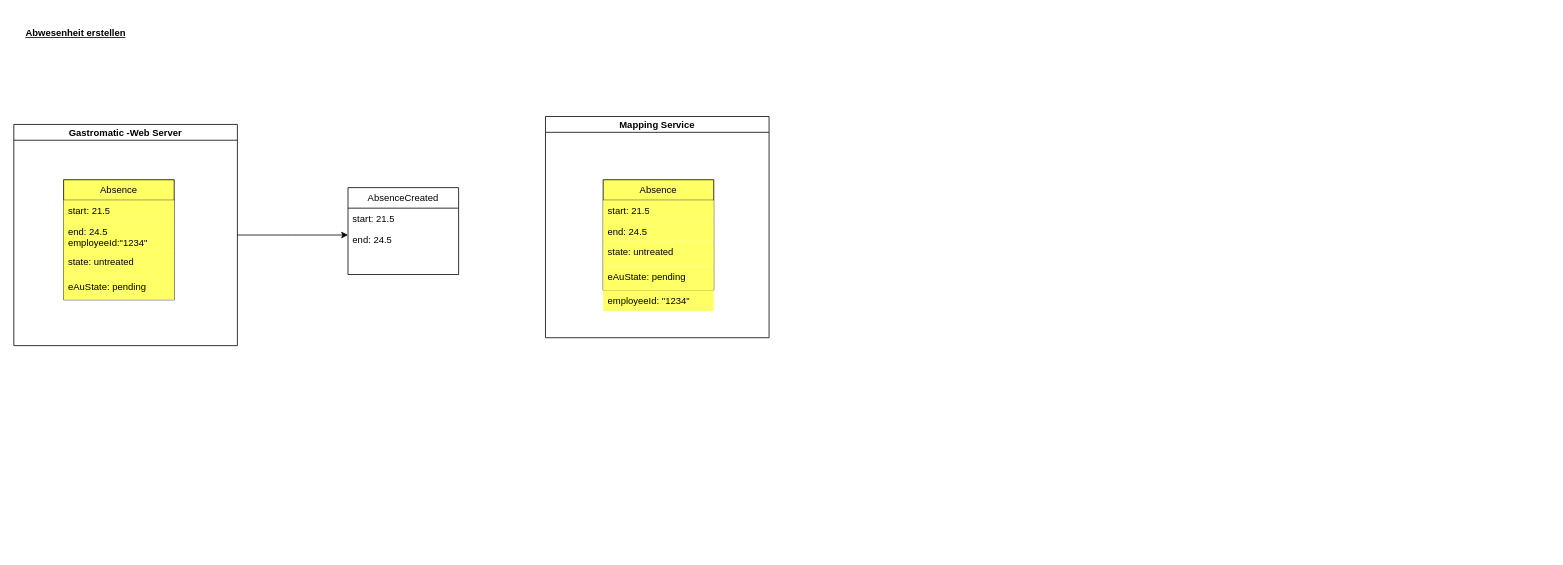
Earlier version of the draw.io diagram Unbenanntes Diagramm.drawio (pommelinho/diagrams). Source tidied: cells renumbered, new cells numbered last; positions are measured from the earlier drawing's top-left corner, leaving out a move shared by most shapes. Both pictures are drawn from the tidied source at 79%, with x=0, y=0 at pixel (13, 21).
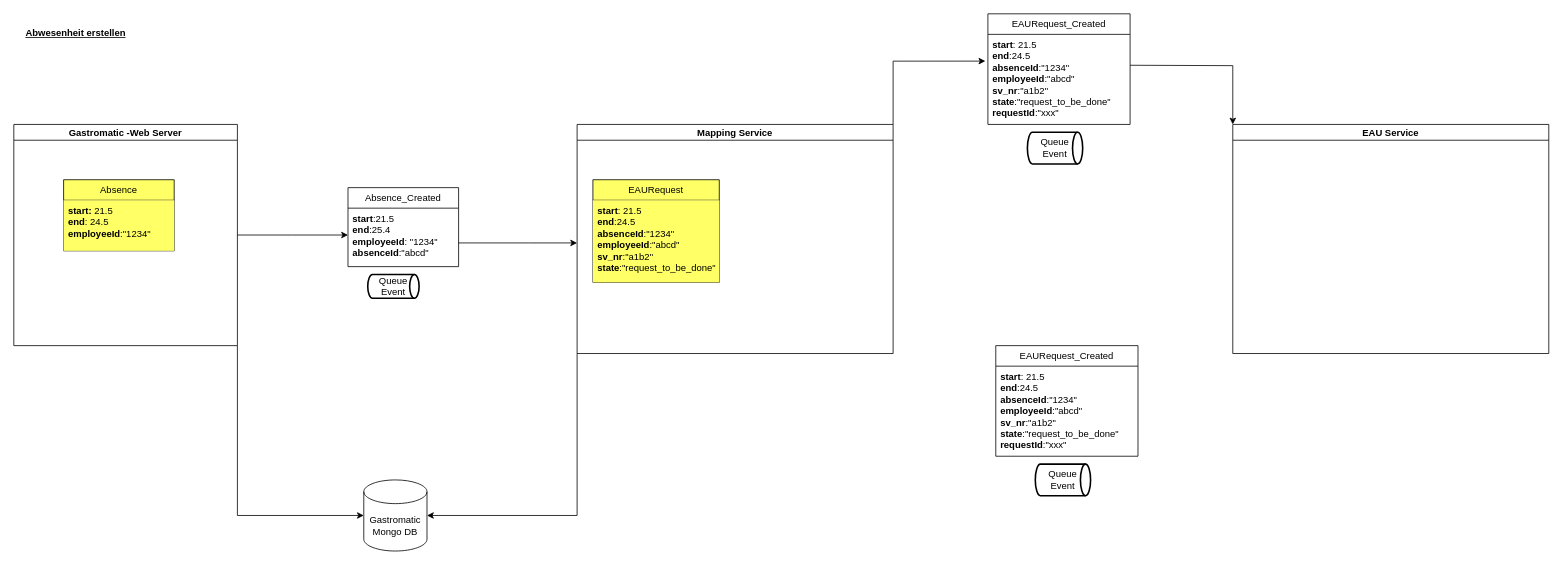
The same diagram, later.

The change refers to these unchanged cells:
```xml
<mxCell id="4" value="Gastromatic -Web Server" style="swimlane;startSize=20;horizontal=1;containerType=tree;" parent="1" vertex="1">
  <mxGeometry y="130" width="283" height="280" as="geometry" />
</mxCell>
```

What changed in the source:
```diff
@@
+    <mxCell id="21" style="edgeStyle=orthogonalEdgeStyle;rounded=0;jettySize=auto;html=1;entryX=0;entryY=0.5;entryDx=0;entryDy=0;entryPerimeter=0;" parent="1" edge="1" source="4" target="32">
+      <mxGeometry relative="1" as="geometry">
+        <Array as="points">
+          <mxPoint x="283" y="625" />
+        </Array>
+      </mxGeometry>
+    </mxCell>
@@
     <mxCell id="5" value="Absence" style="swimlane;fontStyle=0;horizontal=1;startSize=26;fillColor=#FFFF66;whiteSpace=wrap;html=1;" parent="4" vertex="1">
-      <mxGeometry x="63" y="70" width="140" height="152" as="geometry" />
+      <mxGeometry x="63" y="70" width="140" height="90" as="geometry" />
     </mxCell>
-    <mxCell id="6" value="start: 21.5" style="text;strokeColor=none;fillColor=#FFFF66;align=left;verticalAlign=top;spacingLeft=4;spacingRight=4;overflow=hidden;whiteSpace=wrap;html=1;" parent="5" vertex="1">
-      <mxGeometry y="26" width="140" height="26" as="geometry" />
+    <mxCell id="6" value="&lt;b&gt;start:&lt;/b&gt; 21.5&lt;br&gt;&lt;b&gt;end&lt;/b&gt;: 24.5&lt;br&gt;&lt;b&gt;employeeId&lt;/b&gt;:&quot;1234&quot;" style="text;strokeColor=none;fillColor=#FFFF66;align=left;verticalAlign=top;spacingLeft=4;spacingRight=4;overflow=hidden;whiteSpace=wrap;html=1;" parent="5" vertex="1">
+      <mxGeometry y="26" width="140" height="64" as="geometry" />
     </mxCell>
-    <mxCell id="7" value="end: 24.5&amp;nbsp;&lt;br&gt;employeeId:&quot;1234&quot;" style="text;strokeColor=none;fillColor=#FFFF66;align=left;verticalAlign=top;spacingLeft=4;spacingRight=4;overflow=hidden;whiteSpace=wrap;html=1;" parent="5" vertex="1">
-      <mxGeometry y="52" width="140" height="38" as="geometry" />
-    </mxCell>
-    <mxCell id="8" value="state: untreated" style="text;strokeColor=none;fillColor=#FFFF66;align=left;verticalAlign=top;spacingLeft=4;spacingRight=4;overflow=hidden;whiteSpace=wrap;html=1;" parent="5" vertex="1">
-      <mxGeometry y="90" width="140" height="32" as="geometry" />
-    </mxCell>
-    <mxCell id="9" value="eAuState: pending" style="text;strokeColor=none;fillColor=#FFFF66;align=left;verticalAlign=top;spacingLeft=4;spacingRight=4;overflow=hidden;whiteSpace=wrap;html=1;" parent="5" vertex="1">
-      <mxGeometry y="122" width="140" height="30" as="geometry" />
-    </mxCell>
-    <mxCell id="10" value="AbsenceCreated" style="swimlane;fontStyle=0;horizontal=1;startSize=26;fillColor=none;whiteSpace=wrap;html=1;" parent="1" vertex="1">
-      <mxGeometry x="423" y="210" width="140" height="110" as="geometry" />
+    <mxCell id="10" value="Absence_Created" style="swimlane;fontStyle=0;horizontal=1;startSize=26;fillColor=none;whiteSpace=wrap;html=1;" parent="1" vertex="1">
+      <mxGeometry x="423" y="210" width="140" height="100" as="geometry" />
     </mxCell>
-    <mxCell id="11" value="start: 21.5" style="text;strokeColor=none;fillColor=none;align=left;verticalAlign=top;spacingLeft=4;spacingRight=4;overflow=hidden;whiteSpace=wrap;html=1;" parent="10" vertex="1">
-      <mxGeometry y="26" width="140" height="26" as="geometry" />
-    </mxCell>
-    <mxCell id="12" value="end: 24.5" style="text;strokeColor=none;fillColor=none;align=left;verticalAlign=top;spacingLeft=4;spacingRight=4;overflow=hidden;whiteSpace=wrap;html=1;" parent="10" vertex="1">
-      <mxGeometry y="52" width="140" height="26" as="geometry" />
-    </mxCell>
-    <mxCell id="13" style="text;strokeColor=none;fillColor=none;align=left;verticalAlign=top;spacingLeft=4;spacingRight=4;overflow=hidden;whiteSpace=wrap;html=1;" parent="10" vertex="1">
-      <mxGeometry y="78" width="140" height="32" as="geometry" />
+    <mxCell id="13" value="&lt;b&gt;start&lt;/b&gt;:21.5&lt;br&gt;&lt;b&gt;end&lt;/b&gt;:25.4&lt;br&gt;&lt;b&gt;employeeId&lt;/b&gt;: &quot;1234&quot;&lt;br&gt;&lt;b&gt;absenceId&lt;/b&gt;:&quot;abcd&quot;" style="text;strokeColor=none;fillColor=none;align=left;verticalAlign=top;spacingLeft=4;spacingRight=4;overflow=hidden;whiteSpace=wrap;html=1;" parent="10" vertex="1">
+      <mxGeometry y="26" width="140" height="74" as="geometry" />
     </mxCell>
-    <mxCell id="14" value="Absence" style="swimlane;fontStyle=0;horizontal=1;startSize=26;fillColor=#FFFF66;whiteSpace=wrap;html=1;" parent="1" vertex="1">
-      <mxGeometry x="746" y="200" width="140" height="140" as="geometry" />
-    </mxCell>
-    <mxCell id="15" value="start: 21.5" style="text;strokeColor=none;fillColor=#FFFF66;align=left;verticalAlign=top;spacingLeft=4;spacingRight=4;overflow=hidden;whiteSpace=wrap;html=1;" parent="14" vertex="1">
-      <mxGeometry y="26" width="140" height="26" as="geometry" />
-    </mxCell>
-    <mxCell id="16" value="end: 24.5" style="text;strokeColor=none;fillColor=#FFFF66;align=left;verticalAlign=top;spacingLeft=4;spacingRight=4;overflow=hidden;whiteSpace=wrap;html=1;" parent="14" vertex="1">
-      <mxGeometry y="52" width="140" height="26" as="geometry" />
-    </mxCell>
-    <mxCell id="17" value="state: untreated" style="text;strokeColor=none;fillColor=#FFFF66;align=left;verticalAlign=top;spacingLeft=4;spacingRight=4;overflow=hidden;whiteSpace=wrap;html=1;" parent="14" vertex="1">
-      <mxGeometry y="78" width="140" height="32" as="geometry" />
-    </mxCell>
-    <mxCell id="18" value="eAuState: pending" style="text;strokeColor=none;fillColor=#FFFF66;align=left;verticalAlign=top;spacingLeft=4;spacingRight=4;overflow=hidden;whiteSpace=wrap;html=1;" parent="14" vertex="1">
-      <mxGeometry y="110" width="140" height="30" as="geometry" />
-    </mxCell>
+    <mxCell id="22" style="edgeStyle=orthogonalEdgeStyle;rounded=0;jettySize=auto;html=1;entryX=1;entryY=0.5;entryDx=0;entryDy=0;entryPerimeter=0;" parent="1" edge="1" source="19" target="32">
+      <mxGeometry relative="1" as="geometry">
+        <Array as="points">
+          <mxPoint x="713" y="625" />
+        </Array>
+      </mxGeometry>
+    </mxCell>
     <mxCell id="19" value="Mapping Service" style="swimlane;startSize=20;horizontal=1;containerType=tree;" parent="1" vertex="1">
-      <mxGeometry x="673" y="120" width="283" height="280" as="geometry" />
+      <mxGeometry x="713" y="130" width="400" height="290" as="geometry" />
     </mxCell>
-    <mxCell id="20" value="employeeId: &quot;1234&quot;" style="text;strokeColor=none;fillColor=#FFFF66;align=left;verticalAlign=top;spacingLeft=4;spacingRight=4;overflow=hidden;whiteSpace=wrap;html=1;" parent="19" vertex="1">
-      <mxGeometry x="73" y="220" width="140" height="26" as="geometry" />
-    </mxCell>
+    <mxCell id="23" value="EAURequest" style="swimlane;fontStyle=0;horizontal=1;startSize=26;fillColor=#FFFF66;whiteSpace=wrap;html=1;" parent="19" vertex="1">
+      <mxGeometry x="20" y="70" width="160" height="130" as="geometry" />
+    </mxCell>
+    <mxCell id="24" value="&lt;b&gt;start&lt;/b&gt;: 21.5&lt;br&gt;&lt;b&gt;end&lt;/b&gt;:24.5&lt;br&gt;&lt;b&gt;absenceId&lt;/b&gt;:&quot;1234&quot;&lt;br&gt;&lt;b&gt;employeeId&lt;/b&gt;:&quot;abcd&quot;&lt;br&gt;&lt;b&gt;sv_nr&lt;/b&gt;:&quot;a1b2&quot;&lt;br&gt;&lt;b&gt;state&lt;/b&gt;:&quot;request_to_be_done&quot;" style="text;strokeColor=none;fillColor=#FFFF66;align=left;verticalAlign=top;spacingLeft=4;spacingRight=4;overflow=hidden;whiteSpace=wrap;html=1;" parent="23" vertex="1">
+      <mxGeometry y="26" width="160" height="104" as="geometry" />
+    </mxCell>
+    <mxCell id="25" style="edgeStyle=orthogonalEdgeStyle;rounded=0;orthogonalLoop=1;jettySize=auto;html=1;" parent="1" edge="1">
+      <mxGeometry relative="1" as="geometry">
+        <mxPoint x="563" y="280" as="sourcePoint" />
+        <mxPoint x="713" y="280" as="targetPoint" />
+        <Array as="points">
+          <mxPoint x="653" y="280" />
+          <mxPoint x="653" y="280" />
+        </Array>
+      </mxGeometry>
+    </mxCell>
+    <mxCell id="26" value="Queue Event" style="strokeWidth=2;html=1;shape=mxgraph.flowchart.direct_data;whiteSpace=wrap;" parent="1" vertex="1">
+      <mxGeometry x="448" y="320" width="65" height="30" as="geometry" />
+    </mxCell>
+    <mxCell id="27" style="edgeStyle=orthogonalEdgeStyle;rounded=0;jettySize=auto;html=1;entryX=-0.018;entryY=0.297;entryDx=0;entryDy=0;entryPerimeter=0;exitX=1;exitY=0;exitDx=0;exitDy=0;" parent="1" edge="1" source="19" target="29">
+      <mxGeometry relative="1" as="geometry" />
+    </mxCell>
+    <mxCell id="28" value="EAURequest_Created" style="swimlane;fontStyle=0;horizontal=1;startSize=26;fillColor=none;whiteSpace=wrap;html=1;" parent="1" vertex="1">
+      <mxGeometry x="1233" y="-10" width="180" height="140" as="geometry" />
+    </mxCell>
+    <mxCell id="29" value="&lt;b&gt;start&lt;/b&gt;: 21.5&lt;br style=&quot;border-color: var(--border-color);&quot;&gt;&lt;b&gt;end&lt;/b&gt;:24.5&lt;br style=&quot;border-color: var(--border-color);&quot;&gt;&lt;b&gt;absenceId&lt;/b&gt;:&quot;1234&quot;&lt;br style=&quot;border-color: var(--border-color);&quot;&gt;&lt;b&gt;employeeId&lt;/b&gt;:&quot;abcd&quot;&lt;br style=&quot;border-color: var(--border-color);&quot;&gt;&lt;b&gt;sv_nr&lt;/b&gt;:&quot;a1b2&quot;&lt;br style=&quot;border-color: var(--border-color);&quot;&gt;&lt;b&gt;state&lt;/b&gt;:&quot;request_to_be_done&quot;&lt;br&gt;&lt;b&gt;requestId&lt;/b&gt;:&quot;xxx&quot;" style="text;strokeColor=none;fillColor=none;align=left;verticalAlign=top;spacingLeft=4;spacingRight=4;overflow=hidden;points=[[0,0.5],[1,0.5]];portConstraint=eastwest;whiteSpace=wrap;html=1;" parent="28" vertex="1">
+      <mxGeometry y="26" width="180" height="114" as="geometry" />
+    </mxCell>
+    <mxCell id="30" style="edgeStyle=orthogonalEdgeStyle;rounded=0;jettySize=auto;html=1;entryX=0;entryY=0;entryDx=0;entryDy=0;" parent="1" edge="1" target="33">
+      <mxGeometry relative="1" as="geometry">
+        <mxPoint x="1413" y="55.1" as="sourcePoint" />
+      </mxGeometry>
+    </mxCell>
+    <mxCell id="31" value="Queue Event" style="strokeWidth=2;html=1;shape=mxgraph.flowchart.direct_data;whiteSpace=wrap;" parent="1" vertex="1">
+      <mxGeometry x="1283" y="140" width="70" height="40" as="geometry" />
+    </mxCell>
+    <mxCell id="32" value="Gastromatic Mongo DB" style="shape=cylinder3;whiteSpace=wrap;html=1;boundedLbl=1;backgroundOutline=1;size=15;" parent="1" vertex="1">
+      <mxGeometry x="443" y="580" width="80" height="90" as="geometry" />
+    </mxCell>
+    <mxCell id="33" value="EAU Service" style="swimlane;startSize=20;horizontal=1;containerType=tree;" parent="1" vertex="1">
+      <mxGeometry x="1543" y="130" width="400" height="290" as="geometry" />
+    </mxCell>
+    <mxCell id="34" value="EAURequest_Created" style="swimlane;fontStyle=0;horizontal=1;startSize=26;fillColor=none;whiteSpace=wrap;html=1;" parent="1" vertex="1">
+      <mxGeometry x="1243" y="410" width="180" height="140" as="geometry" />
+    </mxCell>
+    <mxCell id="35" value="&lt;b&gt;start&lt;/b&gt;: 21.5&lt;br style=&quot;border-color: var(--border-color);&quot;&gt;&lt;b&gt;end&lt;/b&gt;:24.5&lt;br style=&quot;border-color: var(--border-color);&quot;&gt;&lt;b&gt;absenceId&lt;/b&gt;:&quot;1234&quot;&lt;br style=&quot;border-color: var(--border-color);&quot;&gt;&lt;b&gt;employeeId&lt;/b&gt;:&quot;abcd&quot;&lt;br style=&quot;border-color: var(--border-color);&quot;&gt;&lt;b&gt;sv_nr&lt;/b&gt;:&quot;a1b2&quot;&lt;br style=&quot;border-color: var(--border-color);&quot;&gt;&lt;b&gt;state&lt;/b&gt;:&quot;request_to_be_done&quot;&lt;br&gt;&lt;b&gt;requestId&lt;/b&gt;:&quot;xxx&quot;" style="text;strokeColor=none;fillColor=none;align=left;verticalAlign=top;spacingLeft=4;spacingRight=4;overflow=hidden;whiteSpace=wrap;html=1;" parent="34" vertex="1">
+      <mxGeometry y="26" width="180" height="114" as="geometry" />
+    </mxCell>
+    <mxCell id="36" value="Queue Event" style="strokeWidth=2;html=1;shape=mxgraph.flowchart.direct_data;whiteSpace=wrap;" parent="1" vertex="1">
+      <mxGeometry x="1293" y="560" width="70" height="40" as="geometry" />
+    </mxCell>
```
